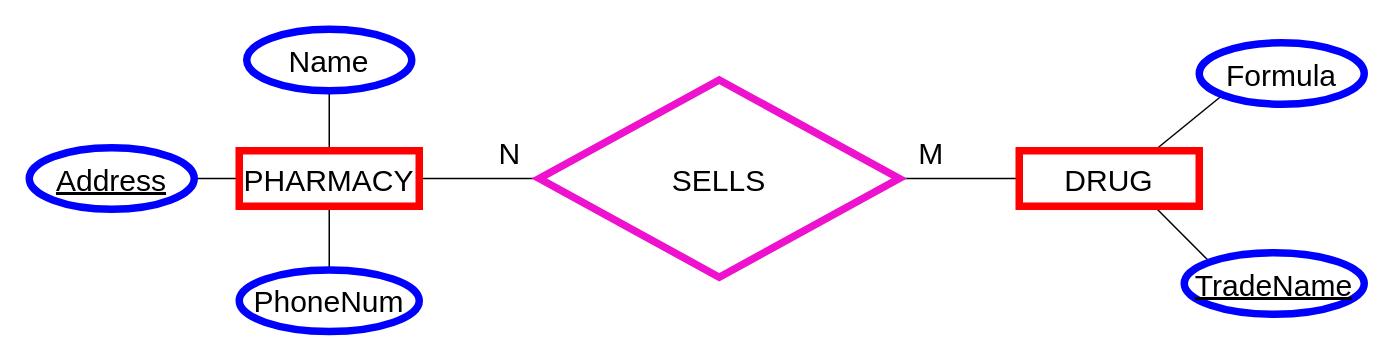
The draw.io diagram page "Pharmacy Drug Relationship" (7 of 9) of ECE467A1.drawio in JacobAhrens/DatabasesFinalProject, before the edit. Source tidied: cells renumbered, new cells numbered last; positions are measured from the earlier drawing's top-left corner, leaving out a move shared by most shapes. Both pictures are drawn from the tidied source at 150%, with x=0, y=0 at pixel (28, 28).
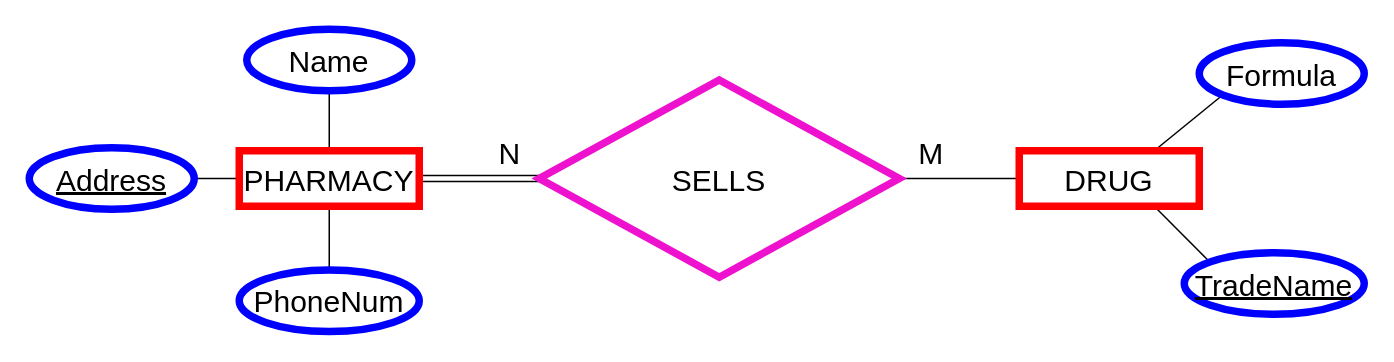
The same diagram, later.

Unchanged cells that the change refers to:
```xml
<mxCell id="6" value="SELLS" style="rhombus;whiteSpace=wrap;html=1;strokeColor=light-dark(#EE12CE,#FFFFFF);strokeWidth=5;fontSize=20;" parent="1" vertex="1">
  <mxGeometry x="340" y="33.8" width="240" height="131.5" as="geometry" />
</mxCell>
<mxCell id="15" value="PHARMACY" style="rounded=0;whiteSpace=wrap;html=1;strokeColor=#FF0000;strokeWidth=5;shadow=0;fontSize=20;" parent="1" vertex="1">
  <mxGeometry x="140" y="81" width="120" height="37" as="geometry" />
</mxCell>
```

The edit, as a diff of the source:
```diff
@@
-    <mxCell id="2" style="endArrow=none;html=1;rounded=0;exitX=1;exitY=0.5;exitDx=0;exitDy=0;entryX=0;entryY=0.5;entryDx=0;entryDy=0;" parent="1" edge="1" source="15" target="6">
+    <mxCell id="2" style="endArrow=none;html=1;rounded=0;exitX=1;exitY=0.5;exitDx=0;exitDy=0;entryX=0;entryY=0.5;entryDx=0;entryDy=0;shape=link;" parent="1" edge="1" source="15" target="6">
       <mxGeometry relative="1" as="geometry" />
     </mxCell>
```
